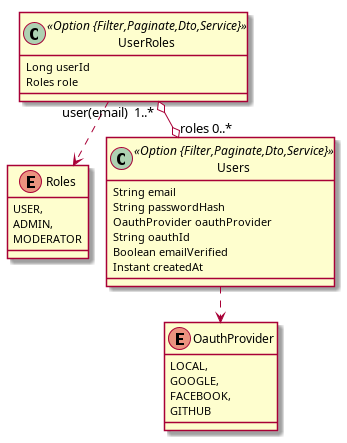
Earlier version of the PlantUML export infra/db/jdl/auth_db.png (phungle2508/AppF4).
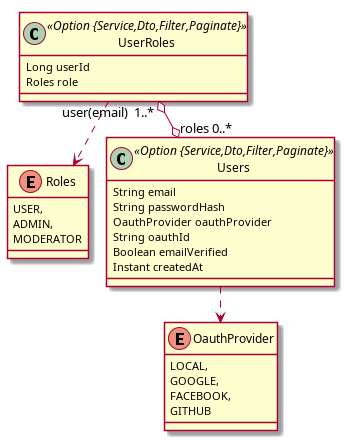
The same file after the commit.

Diff of the diagram source:
```diff
@@ -12,7 +12,7 @@
 		FACEBOOK,
 		GITHUB
 	}
-	class Users <<Option {Filter,Paginate,Dto,Service}>> {
+	class Users <<Option {Service,Dto,Filter,Paginate}>> {
 		String email
 		String passwordHash
 		OauthProvider oauthProvider
@@ -21,7 +21,7 @@
 		Instant createdAt
 	}
 	Users ..> OauthProvider
-	class UserRoles <<Option {Filter,Paginate,Dto,Service}>> {
+	class UserRoles <<Option {Service,Dto,Filter,Paginate}>> {
 		Long userId
 		Roles role
 	}
```
